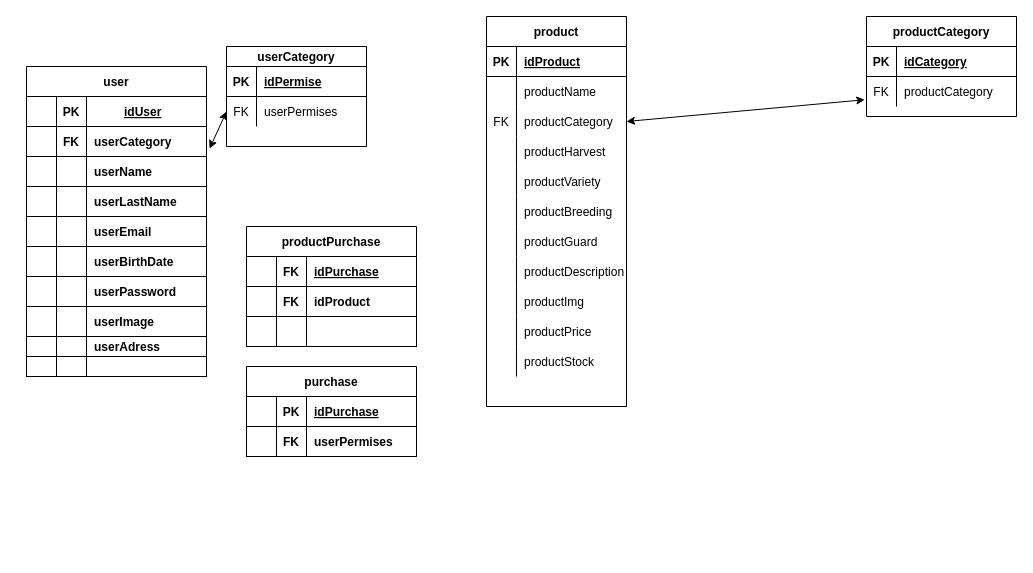
MatiasGonzalez1/diagrams_db keeps this draw.io diagram as Untitled Diagram.drawio. Above is the earlier version. Source tidied: cells renumbered, new cells numbered last; positions are measured from the earlier drawing's top-left corner, leaving out a move shared by most shapes. Both pictures are drawn from the tidied source at 100%, with x=0, y=0 at pixel (26, 16).
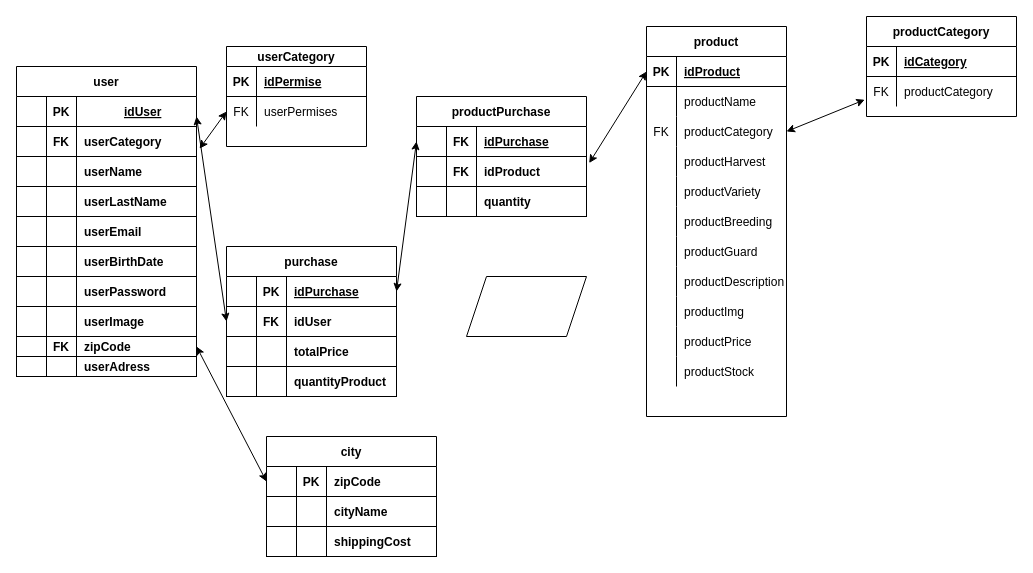
The same diagram, later.

Unchanged cells that the change refers to:
```xml
<mxCell id="3" style="shape=partialRectangle;fillColor=none;points=[[0,0.5],[1,0.5]];portConstraint=eastwest;top=0;left=0;right=0;bottom=1;" parent="2" vertex="1">
  <mxGeometry y="30" width="140" height="30" as="geometry" />
</mxCell>
<mxCell id="93" style="shape=partialRectangle;fillColor=none;points=[[0,0.5],[1,0.5]];portConstraint=eastwest;top=0;left=0;right=0;bottom=1;" parent="92" vertex="1">
  <mxGeometry y="30" width="170" height="30" as="geometry" />
</mxCell>
<mxCell id="97" style="shape=partialRectangle;fillColor=none;points=[[0,0.5],[1,0.5]];portConstraint=eastwest;top=0;left=0;right=0;bottom=1;" parent="92" vertex="1">
  <mxGeometry y="60" width="170" height="30" as="geometry" />
</mxCell>
<mxCell id="104" style="shape=partialRectangle;fillColor=none;points=[[0,0.5],[1,0.5]];portConstraint=eastwest;top=0;left=0;right=0;bottom=1;" parent="103" vertex="1">
  <mxGeometry y="30" width="170" height="30" as="geometry" />
</mxCell>
<mxCell id="108" style="shape=partialRectangle;fillColor=none;points=[[0,0.5],[1,0.5]];portConstraint=eastwest;top=0;left=0;right=0;bottom=1;" parent="103" vertex="1">
  <mxGeometry y="60" width="170" height="30" as="geometry" />
</mxCell>
```

The edit, as a diff of the source:
```diff
@@
     <mxCell id="2" value="product" style="shape=table;startSize=30;childLayout=tableLayout;rowLines=0;fontStyle=1;align=center;" parent="1" vertex="1">
-      <mxGeometry x="460" width="140" height="390" as="geometry" />
+      <mxGeometry x="620" y="10" width="140" height="390" as="geometry" />
     </mxCell>
@@
     <mxCell id="36" value="user" style="shape=table;startSize=30;childLayout=tableLayout;rowLines=0;fontStyle=1;align=center;" parent="1" vertex="1">
-      <mxGeometry y="50" width="180" height="310" as="geometry" />
+      <mxGeometry x="-10" y="50" width="180" height="310" as="geometry" />
     </mxCell>
@@
-    <mxCell id="69" style="shape=partialRectangle;fillColor=none;top=0;left=0;right=0;bottom=1;" parent="36" vertex="1">
-      <mxGeometry y="270" width="180" height="20" as="geometry" />
-    </mxCell>
-    <mxCell id="70" style="shape=partialRectangle;overflow=hidden;fillColor=none;top=0;left=0;bottom=0;right=0;fontStyle=1;" parent="69" vertex="1">
-      <mxGeometry width="30" height="20" as="geometry" />
-    </mxCell>
-    <mxCell id="71" style="shape=partialRectangle;overflow=hidden;fillColor=none;top=0;left=0;bottom=0;right=0;fontStyle=1;" parent="69" vertex="1">
-      <mxGeometry x="30" width="30" height="20" as="geometry" />
-    </mxCell>
-    <mxCell id="72" value="userAdress" style="shape=partialRectangle;overflow=hidden;fillColor=none;top=0;left=0;bottom=0;right=0;align=left;spacingLeft=6;fontStyle=1;" parent="69" vertex="1">
-      <mxGeometry x="60" width="120" height="20" as="geometry" />
-    </mxCell>
     <mxCell id="73" style="shape=partialRectangle;fillColor=none;points=[[0,0.5],[1,0.5]];portConstraint=eastwest;top=0;left=0;right=0;bottom=1;" parent="36" vertex="1">
-      <mxGeometry y="290" width="180" height="20" as="geometry" />
+      <mxGeometry y="270" width="180" height="20" as="geometry" />
     </mxCell>
@@
-    <mxCell id="75" style="shape=partialRectangle;overflow=hidden;fillColor=none;top=0;left=0;bottom=0;right=0;fontStyle=1;" parent="73" vertex="1">
+    <mxCell id="75" value="FK" style="shape=partialRectangle;overflow=hidden;fillColor=none;top=0;left=0;bottom=0;right=0;fontStyle=1;" parent="73" vertex="1">
       <mxGeometry x="30" width="30" height="20" as="geometry" />
     </mxCell>
-    <mxCell id="76" style="shape=partialRectangle;overflow=hidden;fillColor=none;top=0;left=0;bottom=0;right=0;align=left;spacingLeft=6;fontStyle=1;" parent="73" vertex="1">
+    <mxCell id="76" value="zipCode" style="shape=partialRectangle;overflow=hidden;fillColor=none;top=0;left=0;bottom=0;right=0;align=left;spacingLeft=6;fontStyle=1;" parent="73" vertex="1">
       <mxGeometry x="60" width="120" height="20" as="geometry" />
     </mxCell>
+    <mxCell id="116" style="shape=partialRectangle;fillColor=none;top=0;left=0;right=0;bottom=1;" parent="36" vertex="1">
+      <mxGeometry y="290" width="180" height="20" as="geometry" />
+    </mxCell>
+    <mxCell id="70" style="shape=partialRectangle;overflow=hidden;fillColor=none;top=0;left=0;bottom=0;right=0;fontStyle=1;" parent="116" vertex="1">
+      <mxGeometry width="30" height="20" as="geometry" />
+    </mxCell>
+    <mxCell id="71" style="shape=partialRectangle;overflow=hidden;fillColor=none;top=0;left=0;bottom=0;right=0;fontStyle=1;" parent="116" vertex="1">
+      <mxGeometry x="30" width="30" height="20" as="geometry" />
+    </mxCell>
+    <mxCell id="72" value="userAdress" style="shape=partialRectangle;overflow=hidden;fillColor=none;top=0;left=0;bottom=0;right=0;align=left;spacingLeft=6;fontStyle=1;" parent="116" vertex="1">
+      <mxGeometry x="60" width="120" height="20" as="geometry" />
+    </mxCell>
@@
     <mxCell id="92" value="purchase" style="shape=table;startSize=30;childLayout=tableLayout;rowLines=0;fontStyle=1;align=center;" parent="1" vertex="1">
-      <mxGeometry x="220" y="350" width="170" height="90" as="geometry" />
+      <mxGeometry x="200" y="230" width="170" height="150" as="geometry" />
     </mxCell>
@@
-    <mxCell id="100" value="userPermises" style="shape=partialRectangle;overflow=hidden;fillColor=none;top=0;left=0;bottom=0;right=0;align=left;spacingLeft=6;fontStyle=1;" parent="97" vertex="1">
+    <mxCell id="100" value="idUser" style="shape=partialRectangle;overflow=hidden;fillColor=none;top=0;left=0;bottom=0;right=0;align=left;spacingLeft=6;fontStyle=1;" parent="97" vertex="1">
       <mxGeometry x="60" width="110" height="30" as="geometry" />
     </mxCell>
+    <mxCell id="117" style="shape=partialRectangle;fillColor=none;top=0;left=0;right=0;bottom=1;" parent="92" vertex="1">
+      <mxGeometry y="90" width="170" height="30" as="geometry" />
+    </mxCell>
+    <mxCell id="118" style="shape=partialRectangle;overflow=hidden;fillColor=none;top=0;left=0;bottom=0;right=0;fontStyle=1;" parent="117" vertex="1">
+      <mxGeometry width="30" height="30" as="geometry" />
+    </mxCell>
+    <mxCell id="119" style="shape=partialRectangle;overflow=hidden;fillColor=none;top=0;left=0;bottom=0;right=0;fontStyle=1;" parent="117" vertex="1">
+      <mxGeometry x="30" width="30" height="30" as="geometry" />
+    </mxCell>
+    <mxCell id="120" value="totalPrice" style="shape=partialRectangle;overflow=hidden;fillColor=none;top=0;left=0;bottom=0;right=0;align=left;spacingLeft=6;fontStyle=1;" parent="117" vertex="1">
+      <mxGeometry x="60" width="110" height="30" as="geometry" />
+    </mxCell>
+    <mxCell id="121" style="shape=partialRectangle;fillColor=none;top=0;left=0;right=0;bottom=1;" parent="92" vertex="1">
+      <mxGeometry y="120" width="170" height="30" as="geometry" />
+    </mxCell>
+    <mxCell id="122" style="shape=partialRectangle;overflow=hidden;fillColor=none;top=0;left=0;bottom=0;right=0;fontStyle=1;" parent="121" vertex="1">
+      <mxGeometry width="30" height="30" as="geometry" />
+    </mxCell>
+    <mxCell id="123" style="shape=partialRectangle;overflow=hidden;fillColor=none;top=0;left=0;bottom=0;right=0;fontStyle=1;" parent="121" vertex="1">
+      <mxGeometry x="30" width="30" height="30" as="geometry" />
+    </mxCell>
+    <mxCell id="124" value="quantityProduct" style="shape=partialRectangle;overflow=hidden;fillColor=none;top=0;left=0;bottom=0;right=0;align=left;spacingLeft=6;fontStyle=1;" parent="121" vertex="1">
+      <mxGeometry x="60" width="110" height="30" as="geometry" />
+    </mxCell>
@@
     <mxCell id="103" value="productPurchase" style="shape=table;startSize=30;childLayout=tableLayout;rowLines=0;fontStyle=1;align=center;" parent="1" vertex="1">
-      <mxGeometry x="220" y="210" width="170" height="120" as="geometry" />
+      <mxGeometry x="390" y="80" width="170" height="120" as="geometry" />
     </mxCell>
@@
-    <mxCell id="112" style="shape=partialRectangle;fillColor=none;top=0;left=0;right=0;bottom=1;" parent="103" vertex="1">
-      <mxGeometry y="90" width="170" height="30" as="geometry" />
-    </mxCell>
-    <mxCell id="113" style="shape=partialRectangle;overflow=hidden;fillColor=none;top=0;left=0;bottom=0;right=0;fontStyle=1;" parent="112" vertex="1">
-      <mxGeometry width="30" height="30" as="geometry" />
-    </mxCell>
-    <mxCell id="114" style="shape=partialRectangle;overflow=hidden;fillColor=none;top=0;left=0;bottom=0;right=0;fontStyle=1;" parent="112" vertex="1">
-      <mxGeometry x="30" width="30" height="30" as="geometry" />
-    </mxCell>
-    <mxCell id="115" style="shape=partialRectangle;overflow=hidden;fillColor=none;top=0;left=0;bottom=0;right=0;align=left;spacingLeft=6;fontStyle=1;" parent="112" vertex="1">
-      <mxGeometry x="60" width="110" height="30" as="geometry" />
-    </mxCell>
+    <mxCell id="125" style="shape=partialRectangle;fillColor=none;top=0;left=0;right=0;bottom=1;" parent="103" vertex="1">
+      <mxGeometry y="90" width="170" height="30" as="geometry" />
+    </mxCell>
+    <mxCell id="126" style="shape=partialRectangle;overflow=hidden;fillColor=none;top=0;left=0;bottom=0;right=0;fontStyle=1;" parent="125" vertex="1">
+      <mxGeometry width="30" height="30" as="geometry" />
+    </mxCell>
+    <mxCell id="127" style="shape=partialRectangle;overflow=hidden;fillColor=none;top=0;left=0;bottom=0;right=0;fontStyle=1;" parent="125" vertex="1">
+      <mxGeometry x="30" width="30" height="30" as="geometry" />
+    </mxCell>
+    <mxCell id="128" value="quantity" style="shape=partialRectangle;overflow=hidden;fillColor=none;top=0;left=0;bottom=0;right=0;align=left;spacingLeft=6;fontStyle=1;" parent="125" vertex="1">
+      <mxGeometry x="60" width="110" height="30" as="geometry" />
+    </mxCell>
+    <mxCell id="129" style="endArrow=classic;startArrow=classic;html=1;rounded=0;exitX=0;exitY=0.5;exitDx=0;exitDy=0;entryX=1;entryY=0.5;entryDx=0;entryDy=0;" parent="1" edge="1" source="104" target="93">
+      <mxGeometry relative="1" as="geometry" />
+    </mxCell>
+    <mxCell id="130" style="endArrow=classic;startArrow=classic;html=1;rounded=0;exitX=1.016;exitY=0.219;exitDx=0;exitDy=0;exitPerimeter=0;entryX=0;entryY=0.5;entryDx=0;entryDy=0;" parent="1" edge="1" source="108" target="3">
+      <mxGeometry relative="1" as="geometry" />
+    </mxCell>
+    <mxCell id="131" style="endArrow=classic;startArrow=classic;html=1;rounded=0;entryX=0;entryY=0.5;entryDx=0;entryDy=0;" parent="1" edge="1" target="97">
+      <mxGeometry relative="1" as="geometry">
+        <mxPoint x="170" y="100" as="sourcePoint" />
+      </mxGeometry>
+    </mxCell>
+    <mxCell id="132" style="shape=parallelogram;perimeter=parallelogramPerimeter;whiteSpace=wrap;html=1;fixedSize=1;" parent="1" vertex="1">
+      <mxGeometry x="440" y="260" width="120" height="60" as="geometry" />
+    </mxCell>
+    <mxCell id="133" value="city" style="shape=table;startSize=30;childLayout=tableLayout;rowLines=0;fontStyle=1;align=center;" parent="1" vertex="1">
+      <mxGeometry x="240" y="420" width="170" height="120" as="geometry" />
+    </mxCell>
+    <mxCell id="134" style="shape=partialRectangle;fillColor=none;points=[[0,0.5],[1,0.5]];portConstraint=eastwest;top=0;left=0;right=0;bottom=1;" parent="133" vertex="1">
+      <mxGeometry y="30" width="170" height="30" as="geometry" />
+    </mxCell>
+    <mxCell id="135" style="shape=partialRectangle;overflow=hidden;fillColor=none;top=0;left=0;bottom=0;right=0;fontStyle=1;" parent="134" vertex="1">
+      <mxGeometry width="30" height="30" as="geometry" />
+    </mxCell>
+    <mxCell id="136" value="PK" style="shape=partialRectangle;overflow=hidden;fillColor=none;top=0;left=0;bottom=0;right=0;fontStyle=1;" parent="134" vertex="1">
+      <mxGeometry x="30" width="30" height="30" as="geometry" />
+    </mxCell>
+    <mxCell id="137" value="zipCode" style="shape=partialRectangle;overflow=hidden;fillColor=none;top=0;left=0;bottom=0;right=0;align=left;spacingLeft=6;fontStyle=1;" parent="134" vertex="1">
+      <mxGeometry x="60" width="110" height="30" as="geometry" />
+    </mxCell>
+    <mxCell id="138" style="shape=partialRectangle;fillColor=none;top=0;left=0;right=0;bottom=1;" parent="133" vertex="1">
+      <mxGeometry y="60" width="170" height="30" as="geometry" />
+    </mxCell>
+    <mxCell id="139" style="shape=partialRectangle;overflow=hidden;fillColor=none;top=0;left=0;bottom=0;right=0;fontStyle=1;" parent="138" vertex="1">
+      <mxGeometry width="30" height="30" as="geometry" />
+    </mxCell>
+    <mxCell id="140" style="shape=partialRectangle;overflow=hidden;fillColor=none;top=0;left=0;bottom=0;right=0;fontStyle=1;" parent="138" vertex="1">
+      <mxGeometry x="30" width="30" height="30" as="geometry" />
+    </mxCell>
+    <mxCell id="141" value="cityName" style="shape=partialRectangle;overflow=hidden;fillColor=none;top=0;left=0;bottom=0;right=0;align=left;spacingLeft=6;fontStyle=1;" parent="138" vertex="1">
+      <mxGeometry x="60" width="110" height="30" as="geometry" />
+    </mxCell>
+    <mxCell id="142" style="shape=partialRectangle;fillColor=none;top=0;left=0;right=0;bottom=1;" parent="133" vertex="1">
+      <mxGeometry y="90" width="170" height="30" as="geometry" />
+    </mxCell>
+    <mxCell id="143" style="shape=partialRectangle;overflow=hidden;fillColor=none;top=0;left=0;bottom=0;right=0;fontStyle=1;" parent="142" vertex="1">
+      <mxGeometry width="30" height="30" as="geometry" />
+    </mxCell>
+    <mxCell id="144" style="shape=partialRectangle;overflow=hidden;fillColor=none;top=0;left=0;bottom=0;right=0;fontStyle=1;" parent="142" vertex="1">
+      <mxGeometry x="30" width="30" height="30" as="geometry" />
+    </mxCell>
+    <mxCell id="145" value="shippingCost" style="shape=partialRectangle;overflow=hidden;fillColor=none;top=0;left=0;bottom=0;right=0;align=left;spacingLeft=6;fontStyle=1;" parent="142" vertex="1">
+      <mxGeometry x="60" width="110" height="30" as="geometry" />
+    </mxCell>
+    <mxCell id="146" style="endArrow=classic;startArrow=classic;html=1;rounded=0;exitX=1;exitY=0.5;exitDx=0;exitDy=0;entryX=0;entryY=0.5;entryDx=0;entryDy=0;" parent="1" edge="1" source="73" target="134">
+      <mxGeometry relative="1" as="geometry" />
+    </mxCell>
```
